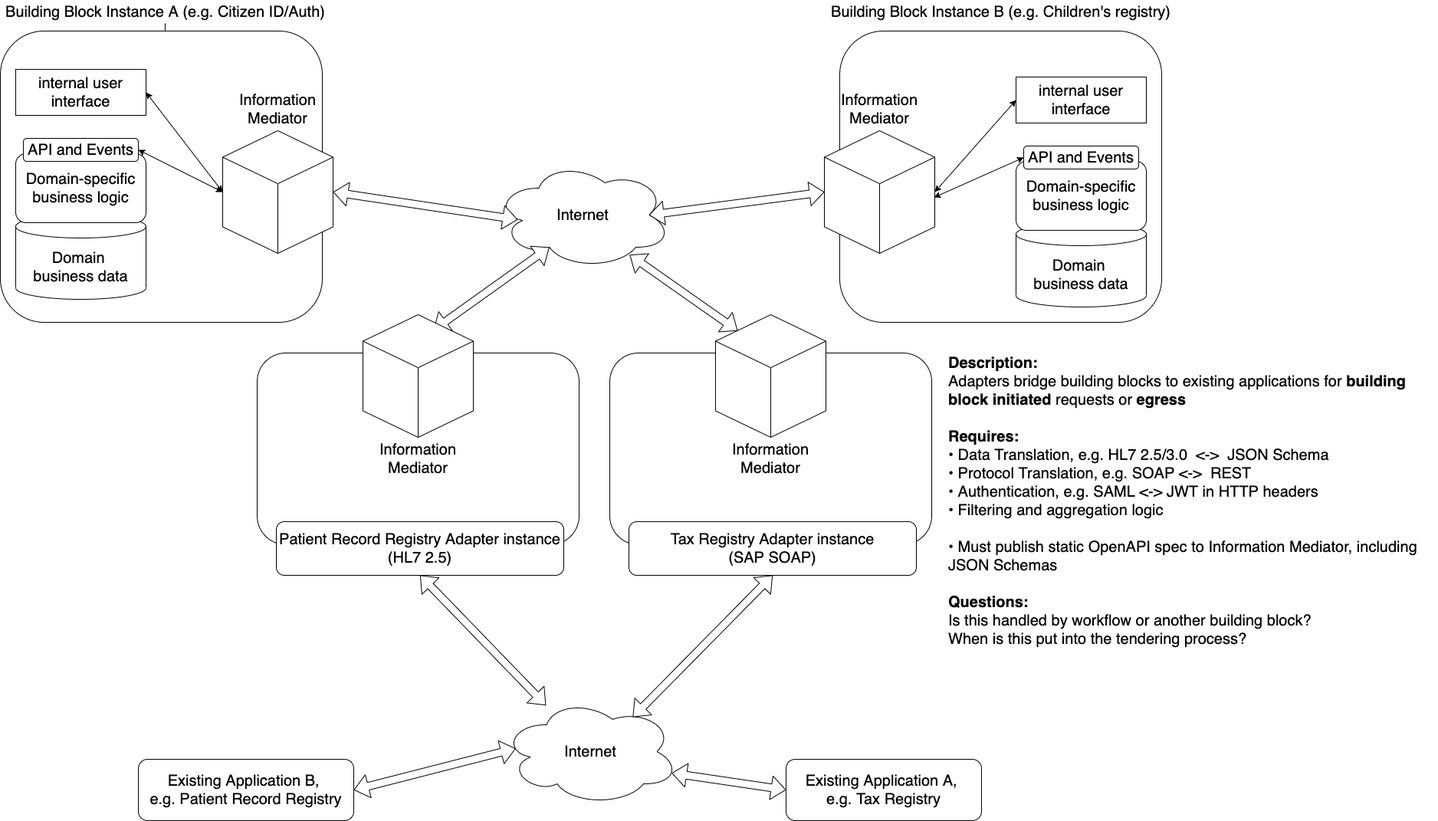
Earlier version of the draw.io export diagrams/adapters.png (GovStackWorkingGroup/BuildingBlockAPI). Source tidied: cells renumbered, new cells last; positions are measured from the earlier drawing's top-left corner, leaving out a move shared by most shapes.
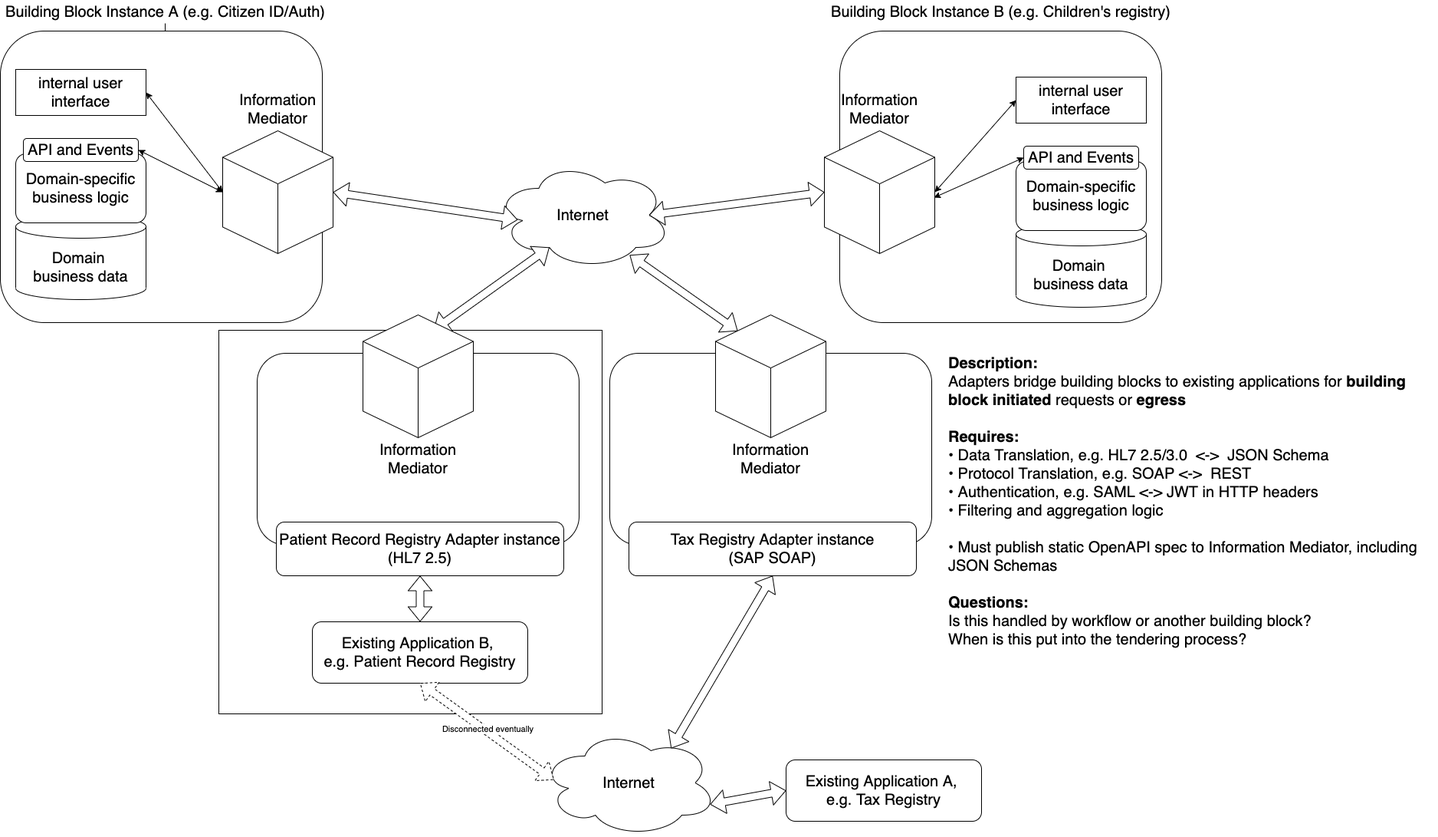
The same diagram one commit later.

Commit message:
Show migration path

The edit, as a diff of the source:
```diff
@@ -2,6 +2,9 @@
   <root>
     <mxCell id="0" />
     <mxCell id="1" parent="0" />
+    <mxCell id="49" style="whiteSpace=wrap;html=1;" parent="1" vertex="1">
+      <mxGeometry x="285" y="430" width="500" height="500" as="geometry" />
+    </mxCell>
     <mxCell id="2" style="edgeStyle=orthogonalEdgeStyle;rounded=0;jettySize=auto;html=1;" parent="1" edge="1" source="3" target="13">
       <mxGeometry relative="1" as="geometry" />
     </mxCell>
@@ -18,7 +21,7 @@
       <mxGeometry relative="1" as="geometry" />
     </mxCell>
     <mxCell id="7" value="Internet" style="ellipse;shape=cloud;whiteSpace=wrap;html=1;fontSize=20;" parent="1" vertex="1">
-      <mxGeometry x="655" y="910" width="230" height="140" as="geometry" />
+      <mxGeometry x="705" y="950" width="230" height="140" as="geometry" />
     </mxCell>
     <mxCell id="8" style="shape=flexArrow;endArrow=classic;html=1;fontSize=20;startArrow=block;entryX=0.201;entryY=0.131;entryDx=0;entryDy=0;entryPerimeter=0;fillColor=#ffffff;exitX=0.765;exitY=0.871;exitDx=0;exitDy=0;exitPerimeter=0;" parent="1" edge="1" source="4" target="25">
       <mxGeometry relative="1" as="geometry" />
@@ -137,12 +140,15 @@
       <mxGeometry x="1235" y="455" width="640" height="405" as="geometry" />
     </mxCell>
     <mxCell id="46" value="&lt;font style=&quot;font-size: 20px&quot;&gt;Existing Application B, &lt;br&gt;e.g. Patient Record Registry&lt;/font&gt;" style="rounded=1;whiteSpace=wrap;html=1;" parent="1" vertex="1">
-      <mxGeometry x="180" y="990" width="281" height="80" as="geometry" />
+      <mxGeometry x="407" y="810" width="281" height="80" as="geometry" />
     </mxCell>
-    <mxCell id="47" style="shape=flexArrow;endArrow=classic;html=1;fontSize=20;startArrow=block;fillColor=#ffffff;entryX=1;entryY=0.5;entryDx=0;entryDy=0;exitX=0.075;exitY=0.471;exitDx=0;exitDy=0;exitPerimeter=0;" parent="1" edge="1" source="7" target="46">
+    <mxCell id="47" style="shape=flexArrow;endArrow=classic;html=1;fontSize=20;startArrow=block;fillColor=#ffffff;exitX=0.075;exitY=0.471;exitDx=0;exitDy=0;exitPerimeter=0;sketch=0;dashed=1;entryX=0.5;entryY=1;entryDx=0;entryDy=0;" parent="1" edge="1" source="7" target="46">
       <mxGeometry relative="1" as="geometry" />
     </mxCell>
+    <mxCell id="50" value="Disconnected eventually" style="edgeLabel;html=1;align=center;verticalAlign=middle;" parent="47" vertex="1">
+      <mxGeometry x="0.01" y="-3" relative="1" as="geometry" />
+    </mxCell>
-    <mxCell id="48" style="shape=flexArrow;endArrow=classic;html=1;fontSize=20;startArrow=block;fillColor=#ffffff;exitX=0.5;exitY=1;exitDx=0;exitDy=0;" parent="1" edge="1" source="44" target="7">
+    <mxCell id="48" style="shape=flexArrow;endArrow=classic;html=1;fontSize=20;startArrow=block;fillColor=#ffffff;exitX=0.5;exitY=1;exitDx=0;exitDy=0;entryX=0.5;entryY=0;entryDx=0;entryDy=0;" parent="1" edge="1" source="44" target="46">
       <mxGeometry x="520" y="514.9" as="geometry" />
     </mxCell>
   </root>
```
